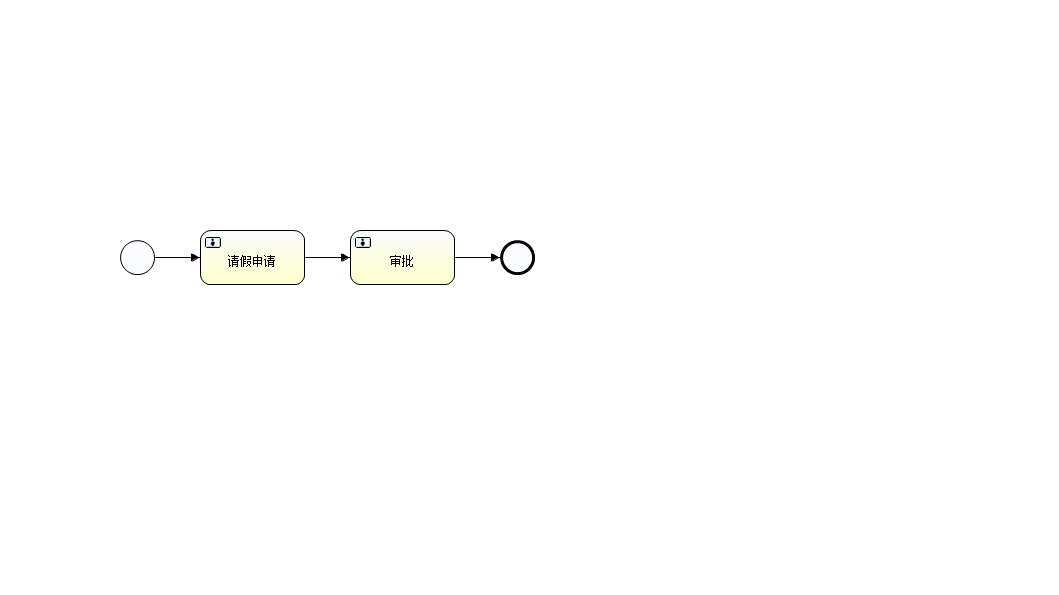
The BPMN diagram src/main/resources/processes/ProcessLeave.png in braveyouth/example-1, before a commit. Its source is kept beside it as src/main/resources/processes/ProcessLeave.bpmn. Ids are renumbered. Source of this version:
```xml
<definitions xmlns="http://www.omg.org/spec/BPMN/20100524/MODEL" xmlns:xsi="http://www.w3.org/2001/XMLSchema-instance" xmlns:xsd="http://www.w3.org/2001/XMLSchema" xmlns:activiti="http://activiti.org/bpmn" xmlns:bpmndi="http://www.omg.org/spec/BPMN/20100524/DI" xmlns:omgdc="http://www.omg.org/spec/DD/20100524/DC" xmlns:omgdi="http://www.omg.org/spec/DD/20100524/DI" typeLanguage="http://www.w3.org/2001/XMLSchema" expressionLanguage="http://www.w3.org/1999/XPath" targetNamespace="http://www.activiti.org/test">
  <process id="myProcess" name="My process" isExecutable="true">
    <startEvent id="startevent" name="Start" activiti:initiator="userId"></startEvent>
    <userTask id="usertask1" name="请假申请" activiti:assignee="user1"></userTask>
    <sequenceFlow id="flow1" sourceRef="startevent" targetRef="usertask1"></sequenceFlow>
    <userTask id="usertask2" name="审批" activiti:assignee="user2"></userTask>
    <sequenceFlow id="flow2" sourceRef="usertask1" targetRef="usertask2"></sequenceFlow>
    <endEvent id="endevent" name="End"></endEvent>
    <sequenceFlow id="flow4" sourceRef="usertask2" targetRef="endevent"></sequenceFlow>
  </process>
  <bpmndi:BPMNDiagram id="BPMNDiagram_myProcess">
    <bpmndi:BPMNPlane bpmnElement="myProcess" id="BPMNPlane_myProcess">
      <bpmndi:BPMNShape bpmnElement="startevent" id="BPMNShape_startevent">
        <omgdc:Bounds height="35.0" width="35.0" x="120.0" y="240.0"></omgdc:Bounds>
      </bpmndi:BPMNShape>
      <bpmndi:BPMNShape bpmnElement="usertask1" id="BPMNShape_usertask1">
        <omgdc:Bounds height="55.0" width="105.0" x="200.0" y="230.0"></omgdc:Bounds>
      </bpmndi:BPMNShape>
      <bpmndi:BPMNShape bpmnElement="usertask2" id="BPMNShape_usertask2">
        <omgdc:Bounds height="55.0" width="105.0" x="350.0" y="230.0"></omgdc:Bounds>
      </bpmndi:BPMNShape>
      <bpmndi:BPMNShape bpmnElement="endevent" id="BPMNShape_endevent">
        <omgdc:Bounds height="35.0" width="35.0" x="500.0" y="240.0"></omgdc:Bounds>
      </bpmndi:BPMNShape>
      <bpmndi:BPMNEdge bpmnElement="flow1" id="BPMNEdge_flow1">
        <omgdi:waypoint x="155.0" y="257.0"></omgdi:waypoint>
        <omgdi:waypoint x="200.0" y="257.0"></omgdi:waypoint>
      </bpmndi:BPMNEdge>
      <bpmndi:BPMNEdge bpmnElement="flow2" id="BPMNEdge_flow2">
        <omgdi:waypoint x="305.0" y="257.0"></omgdi:waypoint>
        <omgdi:waypoint x="350.0" y="257.0"></omgdi:waypoint>
      </bpmndi:BPMNEdge>
      <bpmndi:BPMNEdge bpmnElement="flow4" id="BPMNEdge_flow4">
        <omgdi:waypoint x="455.0" y="257.0"></omgdi:waypoint>
        <omgdi:waypoint x="500.0" y="257.0"></omgdi:waypoint>
      </bpmndi:BPMNEdge>
    </bpmndi:BPMNPlane>
  </bpmndi:BPMNDiagram>
</definitions>
```
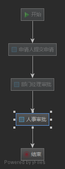
Above is the later version.

Commit message:
流程设计器修改

What changed in the source:
```diff
@@ -1,38 +1,74 @@
-<definitions xmlns="http://www.omg.org/spec/BPMN/20100524/MODEL" xmlns:xsi="http://www.w3.org/2001/XMLSchema-instance" xmlns:xsd="http://www.w3.org/2001/XMLSchema" xmlns:activiti="http://activiti.org/bpmn" xmlns:bpmndi="http://www.omg.org/spec/BPMN/20100524/DI" xmlns:omgdc="http://www.omg.org/spec/DD/20100524/DC" xmlns:omgdi="http://www.omg.org/spec/DD/20100524/DI" typeLanguage="http://www.w3.org/2001/XMLSchema" expressionLanguage="http://www.w3.org/1999/XPath" targetNamespace="http://www.activiti.org/test">
-  <process id="myProcess" name="My process" isExecutable="true">
-    <startEvent id="startevent" name="Start" activiti:initiator="userId"></startEvent>
-    <userTask id="usertask1" name="请假申请" activiti:assignee="user1"></userTask>
-    <sequenceFlow id="flow1" sourceRef="startevent" targetRef="usertask1"></sequenceFlow>
-    <userTask id="usertask2" name="审批" activiti:assignee="user2"></userTask>
-    <sequenceFlow id="flow2" sourceRef="usertask1" targetRef="usertask2"></sequenceFlow>
-    <endEvent id="endevent" name="End"></endEvent>
-    <sequenceFlow id="flow4" sourceRef="usertask2" targetRef="endevent"></sequenceFlow>
+<definitions xmlns="http://www.omg.org/spec/BPMN/20100524/MODEL" xmlns:activiti="http://activiti.org/bpmn" xmlns:bpmndi="http://www.omg.org/spec/BPMN/20100524/DI" xmlns:omgdc="http://www.omg.org/spec/DD/20100524/DC" xmlns:omgdi="http://www.omg.org/spec/DD/20100524/DI" xmlns:tns="http://www.activiti.org/test" xmlns:xsd="http://www.w3.org/2001/XMLSchema" xmlns:xsi="http://www.w3.org/2001/XMLSchema-instance" expressionLanguage="http://www.w3.org/1999/XPath" id="m1639363541539" name="" targetNamespace="http://www.activiti.org/test" typeLanguage="http://www.w3.org/2001/XMLSchema">
+  <process id="myProcess_1" isClosed="false" isExecutable="true" name="请假申请" processType="None">
+    <startEvent activiti:initiator="userId" id="startevent" name="开始"/>
+    <userTask activiti:assignee="user1" activiti:exclusive="true" id="usertask1" name="申请人提交申请"/>
+    <sequenceFlow id="flow1" sourceRef="startevent" targetRef="usertask1"/>
+    <userTask activiti:assignee="user2" activiti:exclusive="true" id="usertask2" name="部门经理审批"/>
+    <sequenceFlow id="flow2" sourceRef="usertask1" targetRef="usertask2"/>
+    <userTask activiti:assignee="mike" activiti:exclusive="true" id="usertask3" name="人事审批"/>
+    <sequenceFlow id="_14" sourceRef="usertask2" targetRef="usertask3"/>
+    <endEvent id="endevent" name="结束"/>
+    <sequenceFlow id="_16" sourceRef="usertask3" targetRef="endevent"/>
   </process>
-  <bpmndi:BPMNDiagram id="BPMNDiagram_myProcess">
-    <bpmndi:BPMNPlane bpmnElement="myProcess" id="BPMNPlane_myProcess">
-      <bpmndi:BPMNShape bpmnElement="startevent" id="BPMNShape_startevent">
-        <omgdc:Bounds height="35.0" width="35.0" x="120.0" y="240.0"></omgdc:Bounds>
+  <bpmndi:BPMNDiagram documentation="background=#3C3F41;count=1;horizontalcount=1;orientation=0;width=842.4;height=1195.2;imageableWidth=832.4;imageableHeight=1185.2;imageableX=5.0;imageableY=5.0" id="Diagram-_1" name="New Diagram">
+    <bpmndi:BPMNPlane bpmnElement="myProcess_1">
+      <bpmndi:BPMNShape bpmnElement="startevent" id="Shape-startevent">
+        <omgdc:Bounds height="32.0" width="32.0" x="30.0" y="240.0"/>
+        <bpmndi:BPMNLabel>
+          <omgdc:Bounds height="32.0" width="32.0" x="0.0" y="0.0"/>
+        </bpmndi:BPMNLabel>
       </bpmndi:BPMNShape>
-      <bpmndi:BPMNShape bpmnElement="usertask1" id="BPMNShape_usertask1">
-        <omgdc:Bounds height="55.0" width="105.0" x="200.0" y="230.0"></omgdc:Bounds>
+      <bpmndi:BPMNShape bpmnElement="usertask1" id="Shape-usertask1">
+        <omgdc:Bounds height="55.0" width="105.0" x="110.0" y="230.0"/>
+        <bpmndi:BPMNLabel>
+          <omgdc:Bounds height="55.0" width="105.0" x="0.0" y="0.0"/>
+        </bpmndi:BPMNLabel>
       </bpmndi:BPMNShape>
-      <bpmndi:BPMNShape bpmnElement="usertask2" id="BPMNShape_usertask2">
-        <omgdc:Bounds height="55.0" width="105.0" x="350.0" y="230.0"></omgdc:Bounds>
+      <bpmndi:BPMNShape bpmnElement="usertask2" id="Shape-usertask2">
+        <omgdc:Bounds height="55.0" width="105.0" x="260.0" y="230.0"/>
+        <bpmndi:BPMNLabel>
+          <omgdc:Bounds height="55.0" width="105.0" x="0.0" y="0.0"/>
+        </bpmndi:BPMNLabel>
       </bpmndi:BPMNShape>
-      <bpmndi:BPMNShape bpmnElement="endevent" id="BPMNShape_endevent">
-        <omgdc:Bounds height="35.0" width="35.0" x="500.0" y="240.0"></omgdc:Bounds>
+      <bpmndi:BPMNShape bpmnElement="usertask3" id="Shape-usertask3">
+        <omgdc:Bounds height="55.0" width="105.0" x="415.0" y="230.0"/>
+        <bpmndi:BPMNLabel>
+          <omgdc:Bounds height="55.0" width="105.0" x="0.0" y="0.0"/>
+        </bpmndi:BPMNLabel>
       </bpmndi:BPMNShape>
-      <bpmndi:BPMNEdge bpmnElement="flow1" id="BPMNEdge_flow1">
-        <omgdi:waypoint x="155.0" y="257.0"></omgdi:waypoint>
-        <omgdi:waypoint x="200.0" y="257.0"></omgdi:waypoint>
+      <bpmndi:BPMNShape bpmnElement="endevent" id="Shape-endevent">
+        <omgdc:Bounds height="32.0" width="32.0" x="570.0" y="245.0"/>
+        <bpmndi:BPMNLabel>
+          <omgdc:Bounds height="32.0" width="32.0" x="0.0" y="0.0"/>
+        </bpmndi:BPMNLabel>
+      </bpmndi:BPMNShape>
+      <bpmndi:BPMNEdge bpmnElement="flow1" id="BPMNEdge_flow1" sourceElement="startevent" targetElement="usertask1">
+        <omgdi:waypoint x="62.0" y="256.0"/>
+        <omgdi:waypoint x="110.0" y="257.5"/>
+        <bpmndi:BPMNLabel>
+          <omgdc:Bounds height="-1.0" width="-1.0" x="-1.0" y="-1.0"/>
+        </bpmndi:BPMNLabel>
       </bpmndi:BPMNEdge>
-      <bpmndi:BPMNEdge bpmnElement="flow2" id="BPMNEdge_flow2">
-        <omgdi:waypoint x="305.0" y="257.0"></omgdi:waypoint>
-        <omgdi:waypoint x="350.0" y="257.0"></omgdi:waypoint>
+      <bpmndi:BPMNEdge bpmnElement="_14" id="BPMNEdge__14" sourceElement="usertask2" targetElement="_2">
+        <omgdi:waypoint x="365.0" y="257.5"/>
+        <omgdi:waypoint x="415.0" y="257.5"/>
+        <bpmndi:BPMNLabel>
+          <omgdc:Bounds height="0.0" width="0.0" x="0.0" y="0.0"/>
+        </bpmndi:BPMNLabel>
       </bpmndi:BPMNEdge>
-      <bpmndi:BPMNEdge bpmnElement="flow4" id="BPMNEdge_flow4">
-        <omgdi:waypoint x="455.0" y="257.0"></omgdi:waypoint>
-        <omgdi:waypoint x="500.0" y="257.0"></omgdi:waypoint>
+      <bpmndi:BPMNEdge bpmnElement="flow2" id="BPMNEdge_flow2" sourceElement="usertask1" targetElement="usertask2">
+        <omgdi:waypoint x="215.0" y="257.5"/>
+        <omgdi:waypoint x="260.0" y="257.5"/>
+        <bpmndi:BPMNLabel>
+          <omgdc:Bounds height="-1.0" width="-1.0" x="-1.0" y="-1.0"/>
+        </bpmndi:BPMNLabel>
+      </bpmndi:BPMNEdge>
+      <bpmndi:BPMNEdge bpmnElement="_16" id="BPMNEdge__16" sourceElement="_2" targetElement="_15">
+        <omgdi:waypoint x="520.0" y="257.5"/>
+        <omgdi:waypoint x="570.0" y="261.0"/>
+        <bpmndi:BPMNLabel>
+          <omgdc:Bounds height="0.0" width="0.0" x="0.0" y="0.0"/>
+        </bpmndi:BPMNLabel>
       </bpmndi:BPMNEdge>
     </bpmndi:BPMNPlane>
   </bpmndi:BPMNDiagram>
```
